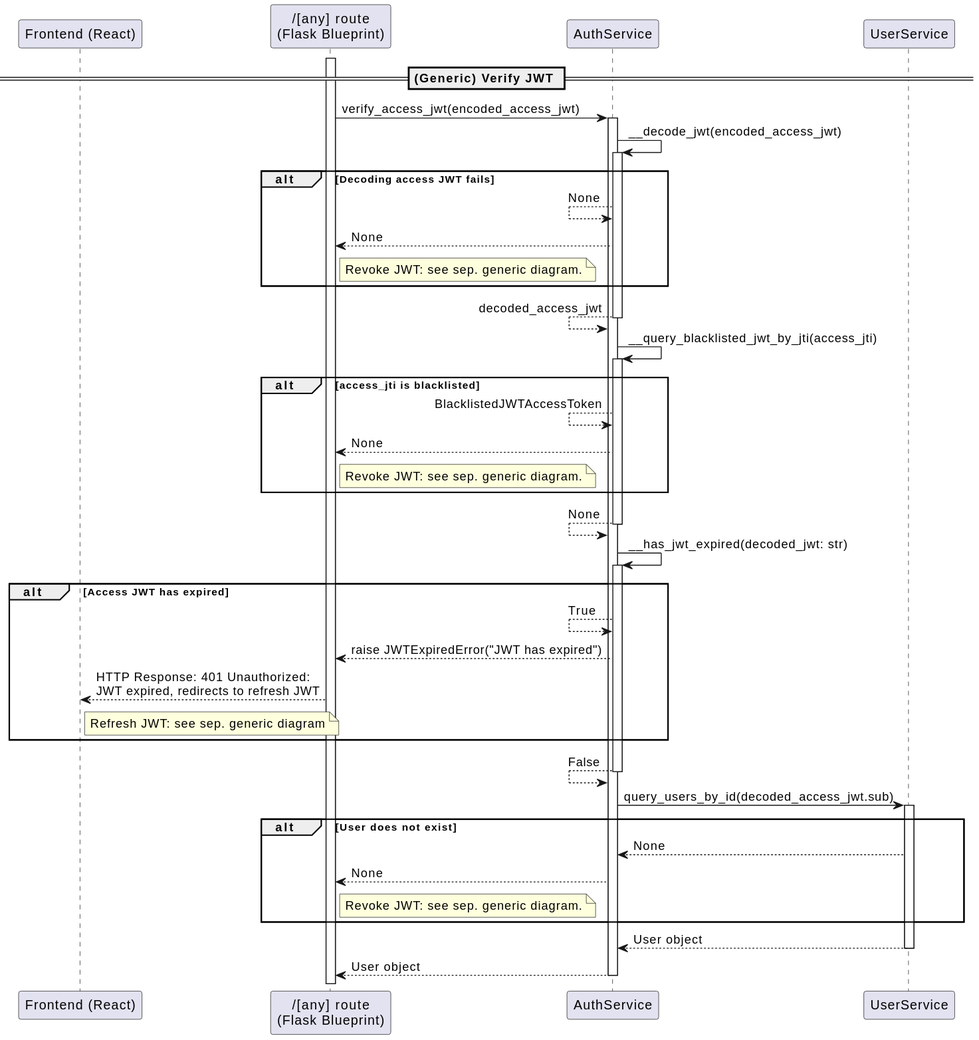
This is docs/out/diagrams/uml/sequence/account_management/authentication_process/VerifyJWTSequence.svg from dominikoetiker/TheMentalLoadHub, a PlantUML export, as it was before one commit. Source of this version:
```plantuml
@startuml
participant "Frontend (React)" as FE
participant "/[any] route\n(Flask Blueprint)" as AR
participant "AuthService" as AS
participant "UserService" as US

== (Generic) Verify JWT ==
activate AR
AR -> AS : verify_access_jwt(encoded_access_jwt)
activate AS
AS -> AS : __decode_jwt(encoded_access_jwt)
activate AS
alt Decoding access JWT fails
    AS <-- AS : None
    AR <-- AS : None
    note right of AR : Revoke JWT: see sep. generic diagram.
end
AS <-- AS : decoded_access_jwt
deactivate AS
AS -> AS : __query_blacklisted_jwt_by_jti(access_jti)
activate AS
alt access_jti is blacklisted
    AS <-- AS : BlacklistedJWTAccessToken
    AR <-- AS : None
    note right of AR : Revoke JWT: see sep. generic diagram.
end
AS <-- AS : None
deactivate AS
AS -> AS : __has_jwt_expired(decoded_jwt: str)
activate AS
alt Access JWT has expired
    AS <-- AS : True
    AR <-- AS : raise JWTExpiredError("JWT has expired")
    FE <-- AR : HTTP Response: 401 Unauthorized:\nJWT expired, redirects to refresh JWT
    note right of FE : Refresh JWT: see sep. generic diagram
end
AS <-- AS : False
deactivate AS
AS -> US : query_users_by_id(decoded_access_jwt.sub)
activate US
alt User does not exist
    AS <-- US : None
    AR <-- AS : None
    note right of AR : Revoke JWT: see sep. generic diagram.
end
AS <-- US : User object
deactivate US
AR <-- AS : User object
deactivate AS
@enduml
```
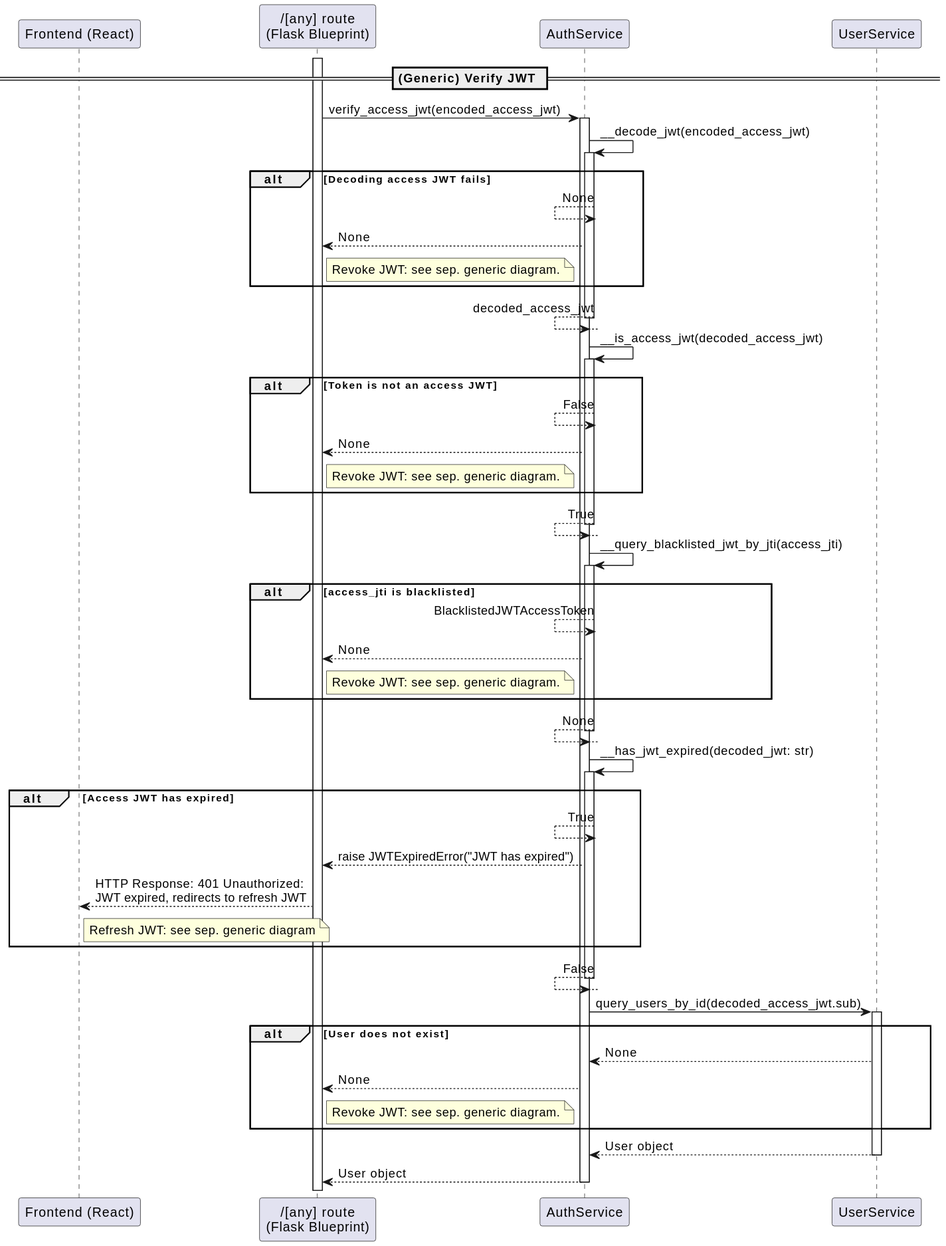
The same file after the commit.

Change to the diagram source:
```diff
@@ -16,6 +16,15 @@
     note right of AR : Revoke JWT: see sep. generic diagram.
 end
 AS <-- AS : decoded_access_jwt
+deactivate AS
+AS -> AS : __is_access_jwt(decoded_access_jwt)
+activate AS
+alt Token is not an access JWT
+    AS <-- AS : False
+    AR <-- AS : None
+    note right of AR : Revoke JWT: see sep. generic diagram.
+end
+AS <-- AS : True
 deactivate AS
 AS -> AS : __query_blacklisted_jwt_by_jti(access_jti)
 activate AS
```
